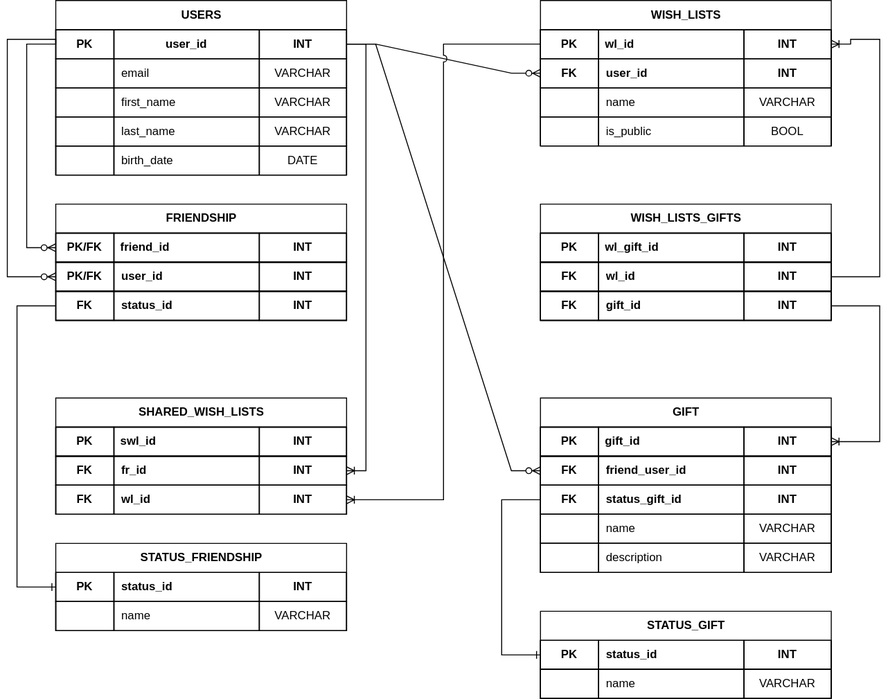
Before: img/ERD-Santa-app.drawio.svg, a diagram exported from draw.io (ichal6/Santa-app). Source tidied: cells renumbered, new cells last; positions are measured from the earlier drawing's top-left corner, leaving out a move shared by most shapes.
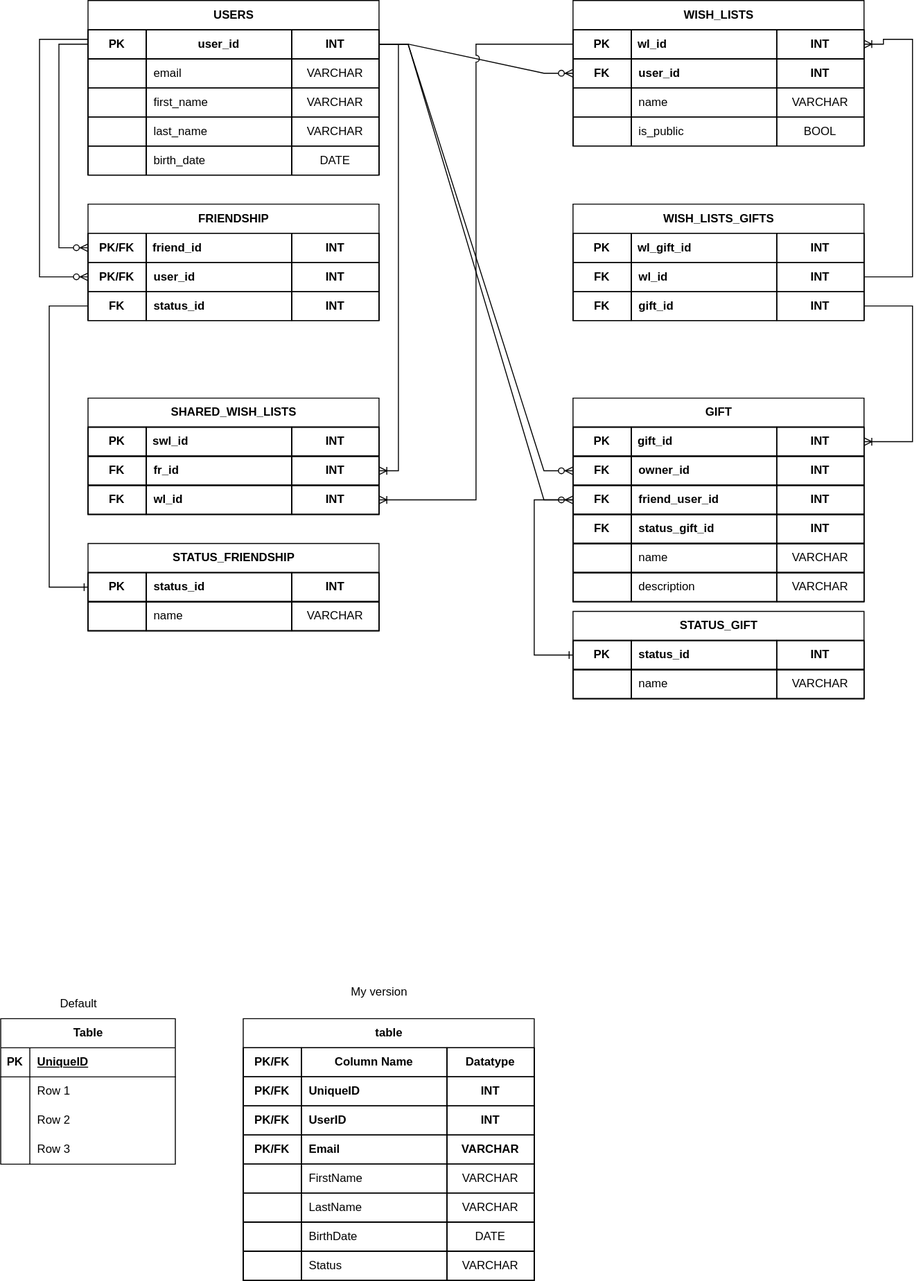
The same diagram one commit later.

Diff of the diagram source:
```diff
@@ -156,7 +156,7 @@
       <mxGeometry x="210" width="90" height="30" as="geometry" />
     </mxCell>
     <mxCell id="53" value="GIFT" style="shape=table;startSize=30;rowLines=1;fontStyle=1;align=center;html=1;strokeColor=default;" parent="1" vertex="1">
-      <mxGeometry x="550" y="410" width="300" height="180" as="geometry" />
+      <mxGeometry x="550" y="410" width="300" height="210" as="geometry" />
     </mxCell>
     <mxCell id="54" style="shape=tableRow;horizontal=0;startSize=0;swimlaneHead=0;swimlaneBody=0;fillColor=none;points=[[0,0.5],[1,0.5]];portConstraint=eastwest;" parent="53" vertex="1">
       <mxGeometry y="30" width="300" height="30" as="geometry" />
@@ -170,8 +170,20 @@
     <mxCell id="57" value="INT" style="shape=partialRectangle;fillColor=none;align=center;verticalAlign=middle;fontStyle=1;overflow=hidden;whiteSpace=wrap;html=1;" parent="54" vertex="1">
       <mxGeometry x="210" width="90" height="30" as="geometry" />
     </mxCell>
+    <mxCell id="128" style="shape=tableRow;horizontal=0;startSize=0;swimlaneHead=0;swimlaneBody=0;fillColor=none;points=[[0,0.5],[1,0.5]];portConstraint=eastwest;" parent="53" vertex="1">
+      <mxGeometry y="60" width="300" height="30" as="geometry" />
+    </mxCell>
+    <mxCell id="129" value="FK" style="shape=partialRectangle;fillColor=none;align=center;verticalAlign=middle;fontStyle=1;overflow=hidden;whiteSpace=wrap;html=1;" parent="128" vertex="1">
+      <mxGeometry width="60" height="30" as="geometry" />
+    </mxCell>
+    <mxCell id="130" value="owner_id" style="shape=partialRectangle;fillColor=none;align=left;verticalAlign=middle;fontStyle=1;spacingLeft=6;overflow=hidden;whiteSpace=wrap;html=1;" parent="128" vertex="1">
+      <mxGeometry x="60" width="150" height="30" as="geometry" />
+    </mxCell>
+    <mxCell id="131" value="INT" style="shape=partialRectangle;fillColor=none;align=center;verticalAlign=middle;fontStyle=1;overflow=hidden;whiteSpace=wrap;html=1;" parent="128" vertex="1">
+      <mxGeometry x="210" width="90" height="30" as="geometry" />
+    </mxCell>
     <mxCell id="58" style="shape=tableRow;horizontal=0;startSize=0;swimlaneHead=0;swimlaneBody=0;fillColor=none;points=[[0,0.5],[1,0.5]];portConstraint=eastwest;" parent="53" vertex="1">
-      <mxGeometry y="60" width="300" height="30" as="geometry" />
+      <mxGeometry y="90" width="300" height="30" as="geometry" />
     </mxCell>
     <mxCell id="59" value="FK" style="shape=partialRectangle;fillColor=none;align=center;verticalAlign=middle;fontStyle=1;overflow=hidden;whiteSpace=wrap;html=1;" parent="58" vertex="1">
       <mxGeometry width="60" height="30" as="geometry" />
@@ -183,7 +195,7 @@
       <mxGeometry x="210" width="90" height="30" as="geometry" />
     </mxCell>
     <mxCell id="62" style="shape=tableRow;horizontal=0;startSize=0;swimlaneHead=0;swimlaneBody=0;fillColor=none;points=[[0,0.5],[1,0.5]];portConstraint=eastwest;" parent="53" vertex="1">
-      <mxGeometry y="90" width="300" height="30" as="geometry" />
+      <mxGeometry y="120" width="300" height="30" as="geometry" />
     </mxCell>
     <mxCell id="63" value="FK" style="shape=partialRectangle;fillColor=none;align=center;verticalAlign=middle;fontStyle=1;overflow=hidden;whiteSpace=wrap;html=1;" parent="62" vertex="1">
       <mxGeometry width="60" height="30" as="geometry" />
@@ -195,7 +207,7 @@
       <mxGeometry x="210" width="90" height="30" as="geometry" />
     </mxCell>
     <mxCell id="66" style="shape=tableRow;horizontal=0;startSize=0;swimlaneHead=0;swimlaneBody=0;fillColor=none;" parent="53" vertex="1">
-      <mxGeometry y="120" width="300" height="30" as="geometry" />
+      <mxGeometry y="150" width="300" height="30" as="geometry" />
     </mxCell>
     <mxCell id="67" style="shape=partialRectangle;fillColor=none;align=center;verticalAlign=middle;overflow=hidden;whiteSpace=wrap;html=1;" parent="66" vertex="1">
       <mxGeometry width="60" height="30" as="geometry" />
@@ -207,7 +219,7 @@
       <mxGeometry x="210" width="90" height="30" as="geometry" />
     </mxCell>
     <mxCell id="70" style="shape=tableRow;horizontal=0;startSize=0;swimlaneHead=0;swimlaneBody=0;fillColor=none;" parent="53" vertex="1">
-      <mxGeometry y="150" width="300" height="30" as="geometry" />
+      <mxGeometry y="180" width="300" height="30" as="geometry" />
     </mxCell>
     <mxCell id="71" style="shape=partialRectangle;fillColor=none;align=center;verticalAlign=middle;overflow=hidden;whiteSpace=wrap;html=1;" parent="70" vertex="1">
       <mxGeometry width="60" height="30" as="geometry" />
@@ -418,5 +430,152 @@
         </Array>
       </mxGeometry>
     </mxCell>
+    <mxCell id="132" value="Table" style="shape=table;startSize=30;rowLines=0;fontStyle=1;align=center;html=1;" parent="1" vertex="1">
+      <mxGeometry x="-40" y="1050" width="180" height="150" as="geometry" />
+    </mxCell>
+    <mxCell id="133" style="shape=tableRow;horizontal=0;startSize=0;swimlaneHead=0;swimlaneBody=0;fillColor=none;top=0;left=0;right=0;bottom=1;" parent="132" vertex="1">
+      <mxGeometry y="30" width="180" height="30" as="geometry" />
+    </mxCell>
+    <mxCell id="134" value="PK" style="shape=partialRectangle;fillColor=none;top=0;left=0;bottom=0;right=0;fontStyle=1;overflow=hidden;whiteSpace=wrap;html=1;" parent="133" vertex="1">
+      <mxGeometry width="30" height="30" as="geometry" />
+    </mxCell>
+    <mxCell id="135" value="UniqueID" style="shape=partialRectangle;fillColor=none;top=0;left=0;bottom=0;right=0;align=left;spacingLeft=6;fontStyle=5;overflow=hidden;whiteSpace=wrap;html=1;" parent="133" vertex="1">
+      <mxGeometry x="30" width="150" height="30" as="geometry" />
+    </mxCell>
+    <mxCell id="136" style="shape=tableRow;horizontal=0;startSize=0;swimlaneHead=0;swimlaneBody=0;fillColor=none;top=0;left=0;right=0;bottom=0;" parent="132" vertex="1">
+      <mxGeometry y="60" width="180" height="30" as="geometry" />
+    </mxCell>
+    <mxCell id="137" style="shape=partialRectangle;fillColor=none;top=0;left=0;bottom=0;right=0;overflow=hidden;whiteSpace=wrap;html=1;" parent="136" vertex="1">
+      <mxGeometry width="30" height="30" as="geometry" />
+    </mxCell>
+    <mxCell id="138" value="Row 1" style="shape=partialRectangle;fillColor=none;top=0;left=0;bottom=0;right=0;align=left;spacingLeft=6;overflow=hidden;whiteSpace=wrap;html=1;" parent="136" vertex="1">
+      <mxGeometry x="30" width="150" height="30" as="geometry" />
+    </mxCell>
+    <mxCell id="139" style="shape=tableRow;horizontal=0;startSize=0;swimlaneHead=0;swimlaneBody=0;fillColor=none;top=0;left=0;right=0;bottom=0;" parent="132" vertex="1">
+      <mxGeometry y="90" width="180" height="30" as="geometry" />
+    </mxCell>
+    <mxCell id="140" style="shape=partialRectangle;fillColor=none;top=0;left=0;bottom=0;right=0;overflow=hidden;whiteSpace=wrap;html=1;" parent="139" vertex="1">
+      <mxGeometry width="30" height="30" as="geometry" />
+    </mxCell>
+    <mxCell id="141" value="Row 2" style="shape=partialRectangle;fillColor=none;top=0;left=0;bottom=0;right=0;align=left;spacingLeft=6;overflow=hidden;whiteSpace=wrap;html=1;" parent="139" vertex="1">
+      <mxGeometry x="30" width="150" height="30" as="geometry" />
+    </mxCell>
+    <mxCell id="142" style="shape=tableRow;horizontal=0;startSize=0;swimlaneHead=0;swimlaneBody=0;fillColor=none;top=0;left=0;right=0;bottom=0;" parent="132" vertex="1">
+      <mxGeometry y="120" width="180" height="30" as="geometry" />
+    </mxCell>
+    <mxCell id="143" style="shape=partialRectangle;fillColor=none;top=0;left=0;bottom=0;right=0;overflow=hidden;whiteSpace=wrap;html=1;" parent="142" vertex="1">
+      <mxGeometry width="30" height="30" as="geometry" />
+    </mxCell>
+    <mxCell id="144" value="Row 3" style="shape=partialRectangle;fillColor=none;top=0;left=0;bottom=0;right=0;align=left;spacingLeft=6;overflow=hidden;whiteSpace=wrap;html=1;" parent="142" vertex="1">
+      <mxGeometry x="30" width="150" height="30" as="geometry" />
+    </mxCell>
+    <mxCell id="145" value="table" style="shape=table;startSize=30;rowLines=1;fontStyle=1;align=center;html=1;strokeColor=default;" parent="1" vertex="1">
+      <mxGeometry x="210" y="1050" width="300" height="270" as="geometry" />
+    </mxCell>
+    <mxCell id="146" style="shape=tableRow;horizontal=0;startSize=0;swimlaneHead=0;swimlaneBody=0;fillColor=none;" parent="145" vertex="1">
+      <mxGeometry y="30" width="300" height="30" as="geometry" />
+    </mxCell>
+    <mxCell id="147" value="PK/FK" style="shape=partialRectangle;fillColor=none;align=center;verticalAlign=middle;fontStyle=1;overflow=hidden;whiteSpace=wrap;html=1;" parent="146" vertex="1">
+      <mxGeometry width="60" height="30" as="geometry" />
+    </mxCell>
+    <mxCell id="148" value="Column Name" style="shape=partialRectangle;fillColor=none;align:center;verticalAlign=middle;fontStyle=1;overflow=hidden;whiteSpace=wrap;html=1;" parent="146" vertex="1">
+      <mxGeometry x="60" width="150" height="30" as="geometry" />
+    </mxCell>
+    <mxCell id="149" value="Datatype" style="shape=partialRectangle;fillColor=none;align=center;verticalAlign=middle;fontStyle=1;overflow=hidden;whiteSpace=wrap;html=1;" parent="146" vertex="1">
+      <mxGeometry x="210" width="90" height="30" as="geometry" />
+    </mxCell>
+    <mxCell id="150" style="shape=tableRow;horizontal=0;startSize=0;swimlaneHead=0;swimlaneBody=0;fillColor=none;" parent="145" vertex="1">
+      <mxGeometry y="60" width="300" height="30" as="geometry" />
+    </mxCell>
+    <mxCell id="151" value="PK/FK" style="shape=partialRectangle;fillColor=none;align=center;verticalAlign=middle;fontStyle=1;overflow=hidden;whiteSpace=wrap;html=1;" parent="150" vertex="1">
+      <mxGeometry width="60" height="30" as="geometry" />
+    </mxCell>
+    <mxCell id="152" value="UniqueID" style="shape=partialRectangle;fillColor=none;align=left;verticalAlign=middle;fontStyle=1;spacingLeft=6;overflow=hidden;whiteSpace=wrap;html=1;" parent="150" vertex="1">
+      <mxGeometry x="60" width="150" height="30" as="geometry" />
+    </mxCell>
+    <mxCell id="153" value="INT" style="shape=partialRectangle;fillColor=none;align=center;verticalAlign=middle;fontStyle=1;overflow=hidden;whiteSpace=wrap;html=1;" parent="150" vertex="1">
+      <mxGeometry x="210" width="90" height="30" as="geometry" />
+    </mxCell>
+    <mxCell id="154" style="shape=tableRow;horizontal=0;startSize=0;swimlaneHead=0;swimlaneBody=0;fillColor=none;" parent="145" vertex="1">
+      <mxGeometry y="90" width="300" height="30" as="geometry" />
+    </mxCell>
+    <mxCell id="155" value="PK/FK" style="shape=partialRectangle;fillColor=none;align=center;verticalAlign=middle;fontStyle=1;overflow=hidden;whiteSpace=wrap;html=1;" parent="154" vertex="1">
+      <mxGeometry width="60" height="30" as="geometry" />
+    </mxCell>
+    <mxCell id="156" value="UserID" style="shape=partialRectangle;fillColor=none;align=left;verticalAlign=middle;fontStyle=1;spacingLeft=6;overflow=hidden;whiteSpace=wrap;html=1;" parent="154" vertex="1">
+      <mxGeometry x="60" width="150" height="30" as="geometry" />
+    </mxCell>
+    <mxCell id="157" value="INT" style="shape=partialRectangle;fillColor=none;align=center;verticalAlign=middle;fontStyle=1;overflow=hidden;whiteSpace=wrap;html=1;" parent="154" vertex="1">
+      <mxGeometry x="210" width="90" height="30" as="geometry" />
+    </mxCell>
+    <mxCell id="158" style="shape=tableRow;horizontal=0;startSize=0;swimlaneHead=0;swimlaneBody=0;fillColor=none;" parent="145" vertex="1">
+      <mxGeometry y="120" width="300" height="30" as="geometry" />
+    </mxCell>
+    <mxCell id="159" value="PK/FK" style="shape=partialRectangle;fillColor=none;align=center;verticalAlign=middle;fontStyle=1;overflow=hidden;whiteSpace=wrap;html=1;" parent="158" vertex="1">
+      <mxGeometry width="60" height="30" as="geometry" />
+    </mxCell>
+    <mxCell id="160" value="Email" style="shape=partialRectangle;fillColor=none;align=left;verticalAlign=middle;fontStyle=1;spacingLeft=6;overflow=hidden;whiteSpace=wrap;html=1;" parent="158" vertex="1">
+      <mxGeometry x="60" width="150" height="30" as="geometry" />
+    </mxCell>
+    <mxCell id="161" value="VARCHAR" style="shape=partialRectangle;fillColor=none;align=center;verticalAlign=middle;fontStyle=1;overflow=hidden;whiteSpace=wrap;html=1;" parent="158" vertex="1">
+      <mxGeometry x="210" width="90" height="30" as="geometry" />
+    </mxCell>
+    <mxCell id="162" style="shape=tableRow;horizontal=0;startSize=0;swimlaneHead=0;swimlaneBody=0;fillColor=none;" parent="145" vertex="1">
+      <mxGeometry y="150" width="300" height="30" as="geometry" />
+    </mxCell>
+    <mxCell id="163" style="shape=partialRectangle;fillColor=none;align=center;verticalAlign=middle;overflow=hidden;whiteSpace=wrap;html=1;" parent="162" vertex="1">
+      <mxGeometry width="60" height="30" as="geometry" />
+    </mxCell>
+    <mxCell id="164" value="FirstName" style="shape=partialRectangle;fillColor=none;align=left;verticalAlign=middle;spacingLeft=6;overflow=hidden;whiteSpace=wrap;html=1;" parent="162" vertex="1">
+      <mxGeometry x="60" width="150" height="30" as="geometry" />
+    </mxCell>
+    <mxCell id="165" value="VARCHAR" style="shape=partialRectangle;fillColor=none;align=center;verticalAlign=middle;overflow=hidden;whiteSpace=wrap;html=1;" parent="162" vertex="1">
+      <mxGeometry x="210" width="90" height="30" as="geometry" />
+    </mxCell>
+    <mxCell id="166" style="shape=tableRow;horizontal=0;startSize=0;swimlaneHead=0;swimlaneBody=0;fillColor=none;" parent="145" vertex="1">
+      <mxGeometry y="180" width="300" height="30" as="geometry" />
+    </mxCell>
+    <mxCell id="167" style="shape=partialRectangle;fillColor=none;align=center;verticalAlign=middle;overflow=hidden;whiteSpace=wrap;html=1;" parent="166" vertex="1">
+      <mxGeometry width="60" height="30" as="geometry" />
+    </mxCell>
+    <mxCell id="168" value="LastName" style="shape=partialRectangle;fillColor=none;align=left;verticalAlign=middle;spacingLeft=6;overflow=hidden;whiteSpace=wrap;html=1;" parent="166" vertex="1">
+      <mxGeometry x="60" width="150" height="30" as="geometry" />
+    </mxCell>
+    <mxCell id="169" value="VARCHAR" style="shape=partialRectangle;fillColor=none;align=center;verticalAlign=middle;overflow=hidden;whiteSpace=wrap;html=1;" parent="166" vertex="1">
+      <mxGeometry x="210" width="90" height="30" as="geometry" />
+    </mxCell>
+    <mxCell id="170" style="shape=tableRow;horizontal=0;startSize=0;swimlaneHead=0;swimlaneBody=0;fillColor=none;" parent="145" vertex="1">
+      <mxGeometry y="210" width="300" height="30" as="geometry" />
+    </mxCell>
+    <mxCell id="171" style="shape=partialRectangle;fillColor=none;align=center;verticalAlign=middle;overflow=hidden;whiteSpace=wrap;html=1;" parent="170" vertex="1">
+      <mxGeometry width="60" height="30" as="geometry" />
+    </mxCell>
+    <mxCell id="172" value="BirthDate" style="shape=partialRectangle;fillColor=none;align=left;verticalAlign=middle;spacingLeft=6;overflow=hidden;whiteSpace=wrap;html=1;" parent="170" vertex="1">
+      <mxGeometry x="60" width="150" height="30" as="geometry" />
+    </mxCell>
+    <mxCell id="173" value="DATE" style="shape=partialRectangle;fillColor=none;align=center;verticalAlign=middle;overflow=hidden;whiteSpace=wrap;html=1;" parent="170" vertex="1">
+      <mxGeometry x="210" width="90" height="30" as="geometry" />
+    </mxCell>
+    <mxCell id="174" style="shape=tableRow;horizontal=0;startSize=0;swimlaneHead=0;swimlaneBody=0;fillColor=none;" parent="145" vertex="1">
+      <mxGeometry y="240" width="300" height="30" as="geometry" />
+    </mxCell>
+    <mxCell id="175" style="shape=partialRectangle;fillColor=none;align=center;verticalAlign=middle;overflow=hidden;whiteSpace=wrap;html=1;" parent="174" vertex="1">
+      <mxGeometry width="60" height="30" as="geometry" />
+    </mxCell>
+    <mxCell id="176" value="Status" style="shape=partialRectangle;fillColor=none;align=left;verticalAlign=middle;spacingLeft=6;overflow=hidden;whiteSpace=wrap;html=1;" parent="174" vertex="1">
+      <mxGeometry x="60" width="150" height="30" as="geometry" />
+    </mxCell>
+    <mxCell id="177" value="VARCHAR" style="shape=partialRectangle;fillColor=none;align=center;verticalAlign=middle;overflow=hidden;whiteSpace=wrap;html=1;" parent="174" vertex="1">
+      <mxGeometry x="210" width="90" height="30" as="geometry" />
+    </mxCell>
+    <mxCell id="178" value="Default" style="text;html=1;align=center;verticalAlign=middle;strokeColor=none;fillColor=none;" parent="1" vertex="1">
+      <mxGeometry x="10" y="1020" width="60" height="30" as="geometry" />
+    </mxCell>
+    <mxCell id="179" value="My version" style="text;html=1;align=center;verticalAlign=middle;strokeColor=none;fillColor=none;" parent="1" vertex="1">
+      <mxGeometry x="310" y="1008" width="80" height="30" as="geometry" />
+    </mxCell>
+    <mxCell id="180" style="edgeStyle=entityRelationEdgeStyle;fontSize=12;html=1;endArrow=ERzeroToMany;endFill=1;rounded=0;entryX=0;entryY=0.5;entryDx=0;entryDy=0;exitX=1;exitY=0.5;exitDx=0;exitDy=0;" parent="1" edge="1" source="3" target="128">
+      <mxGeometry relative="1" as="geometry" />
+    </mxCell>
   </root>
 </mxGraphModel>
```
